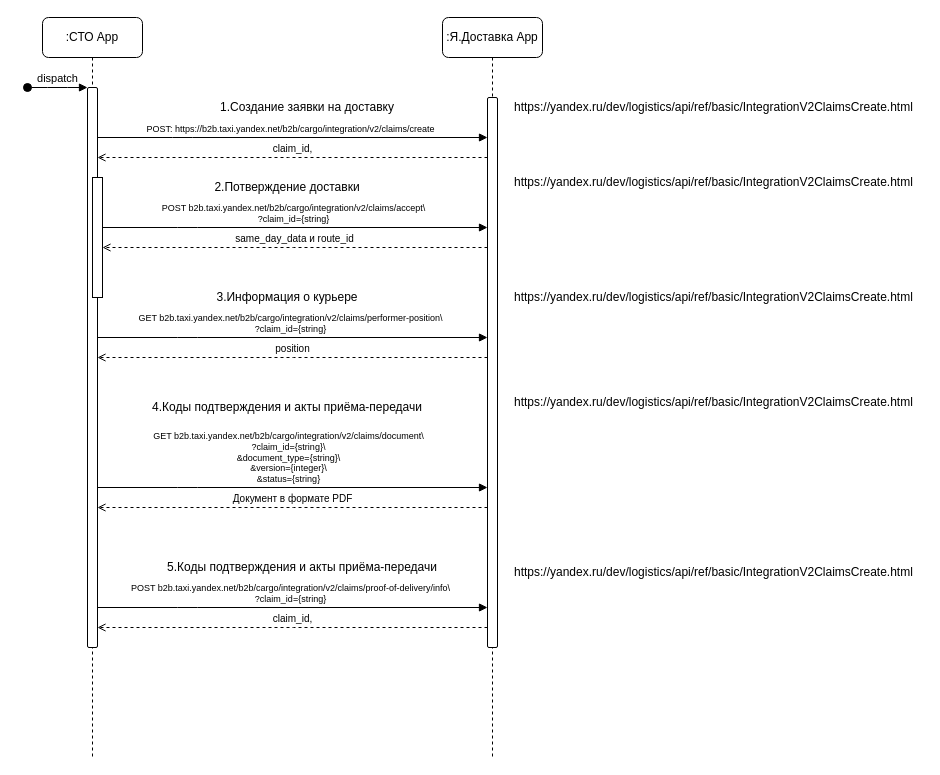
Above: public/Я.Доставка2.drawio in nikitashpota/rep-test (draw.io), before the change. Source tidied: cells renumbered, new cells numbered last; positions are measured from the earlier drawing's top-left corner, leaving out a move shared by most shapes. Both pictures are drawn from the tidied source at 100%, with x=0, y=0 at pixel (27, 17).
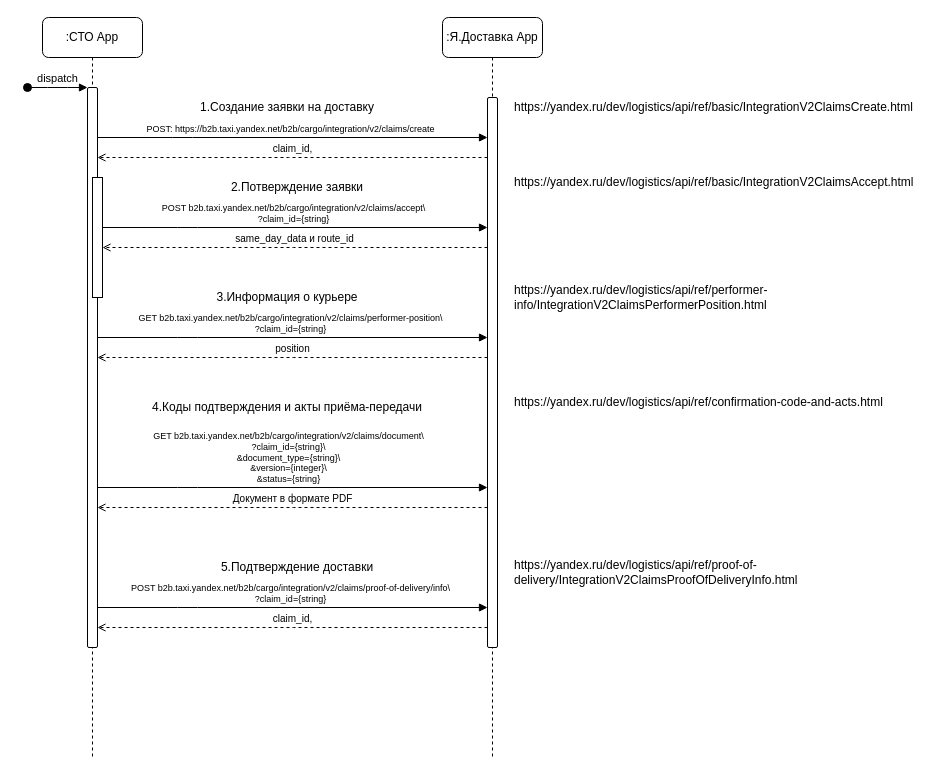
After the change.

Change to the diagram source:
```diff
@@
     <mxCell id="11" value="1.Создание заявки на доставку" style="text;html=1;strokeColor=none;fillColor=none;align=center;verticalAlign=middle;whiteSpace=wrap;rounded=0;" parent="1" vertex="1">
-      <mxGeometry x="135" y="80" width="290" height="20" as="geometry" />
+      <mxGeometry x="115" y="80" width="290" height="20" as="geometry" />
     </mxCell>
-    <mxCell id="12" value="2.Потверждение доставки" style="text;html=1;strokeColor=none;fillColor=none;align=center;verticalAlign=middle;whiteSpace=wrap;rounded=0;" parent="1" vertex="1">
-      <mxGeometry x="115" y="160" width="290" height="20" as="geometry" />
+    <mxCell id="12" value="2.Потверждение заявки" style="text;html=1;strokeColor=none;fillColor=none;align=center;verticalAlign=middle;whiteSpace=wrap;rounded=0;" parent="1" vertex="1">
+      <mxGeometry x="125" y="160" width="290" height="20" as="geometry" />
     </mxCell>
@@
-    <mxCell id="22" value="5.Коды подтверждения и акты приёма-передачи" style="text;html=1;strokeColor=none;fillColor=none;align=center;verticalAlign=middle;whiteSpace=wrap;rounded=0;" parent="1" vertex="1">
-      <mxGeometry x="130" y="540" width="290" height="20" as="geometry" />
+    <mxCell id="22" value="5.Подтверждение доставки" style="text;html=1;strokeColor=none;fillColor=none;align=center;verticalAlign=middle;whiteSpace=wrap;rounded=0;" parent="1" vertex="1">
+      <mxGeometry x="125" y="540" width="290" height="20" as="geometry" />
     </mxCell>
@@
-    <mxCell id="24" value="https://yandex.ru/dev/logistics/api/ref/basic/IntegrationV2ClaimsCreate.html" style="text;html=1;strokeColor=none;fillColor=none;align=left;verticalAlign=middle;whiteSpace=wrap;rounded=0;" parent="1" vertex="1">
+    <mxCell id="24" value="https://yandex.ru/dev/logistics/api/ref/basic/IntegrationV2ClaimsAccept.html" style="text;html=1;strokeColor=none;fillColor=none;align=left;verticalAlign=middle;whiteSpace=wrap;rounded=0;" parent="1" vertex="1">
       <mxGeometry x="485" y="150" width="410" height="30" as="geometry" />
     </mxCell>
-    <mxCell id="25" value="https://yandex.ru/dev/logistics/api/ref/basic/IntegrationV2ClaimsCreate.html" style="text;html=1;strokeColor=none;fillColor=none;align=left;verticalAlign=middle;whiteSpace=wrap;rounded=0;" parent="1" vertex="1">
+    <mxCell id="25" value="https://yandex.ru/dev/logistics/api/ref/performer-info/IntegrationV2ClaimsPerformerPosition.html" style="text;html=1;strokeColor=none;fillColor=none;align=left;verticalAlign=middle;whiteSpace=wrap;rounded=0;" parent="1" vertex="1">
       <mxGeometry x="485" y="265" width="410" height="30" as="geometry" />
     </mxCell>
-    <mxCell id="26" value="https://yandex.ru/dev/logistics/api/ref/basic/IntegrationV2ClaimsCreate.html" style="text;html=1;strokeColor=none;fillColor=none;align=left;verticalAlign=middle;whiteSpace=wrap;rounded=0;" parent="1" vertex="1">
+    <mxCell id="26" value="https://yandex.ru/dev/logistics/api/ref/confirmation-code-and-acts.html" style="text;html=1;strokeColor=none;fillColor=none;align=left;verticalAlign=middle;whiteSpace=wrap;rounded=0;" parent="1" vertex="1">
       <mxGeometry x="485" y="370" width="410" height="30" as="geometry" />
     </mxCell>
-    <mxCell id="27" value="https://yandex.ru/dev/logistics/api/ref/basic/IntegrationV2ClaimsCreate.html" style="text;html=1;strokeColor=none;fillColor=none;align=left;verticalAlign=middle;whiteSpace=wrap;rounded=0;" parent="1" vertex="1">
+    <mxCell id="27" value="https://yandex.ru/dev/logistics/api/ref/proof-of-delivery/IntegrationV2ClaimsProofOfDeliveryInfo.html" style="text;html=1;strokeColor=none;fillColor=none;align=left;verticalAlign=middle;whiteSpace=wrap;rounded=0;" parent="1" vertex="1">
       <mxGeometry x="485" y="540" width="410" height="30" as="geometry" />
     </mxCell>
```
